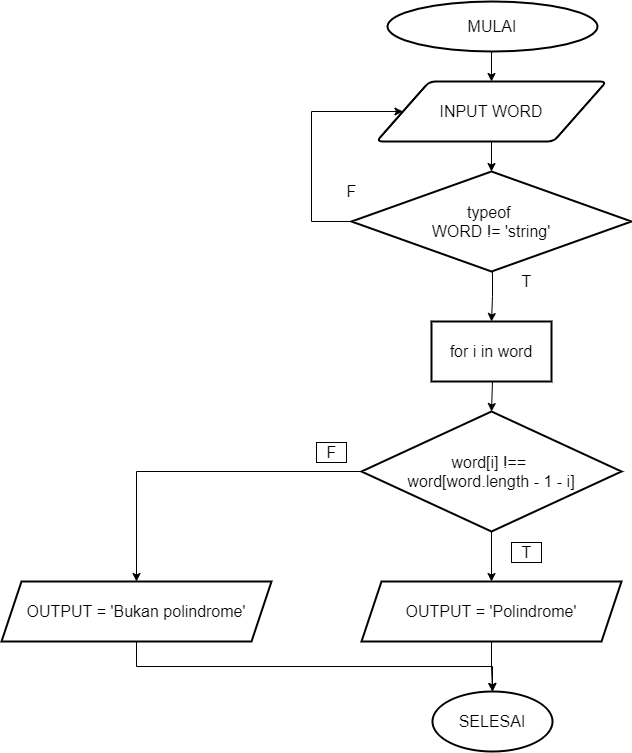
This is Flowchart-2-polindrome.png from dindachyfr/algorithm-flowchart, a draw.io export, as it was before one commit. Source tidied: cells renumbered, new cells last; positions are measured from the earlier drawing's top-left corner, leaving out a move shared by most shapes.
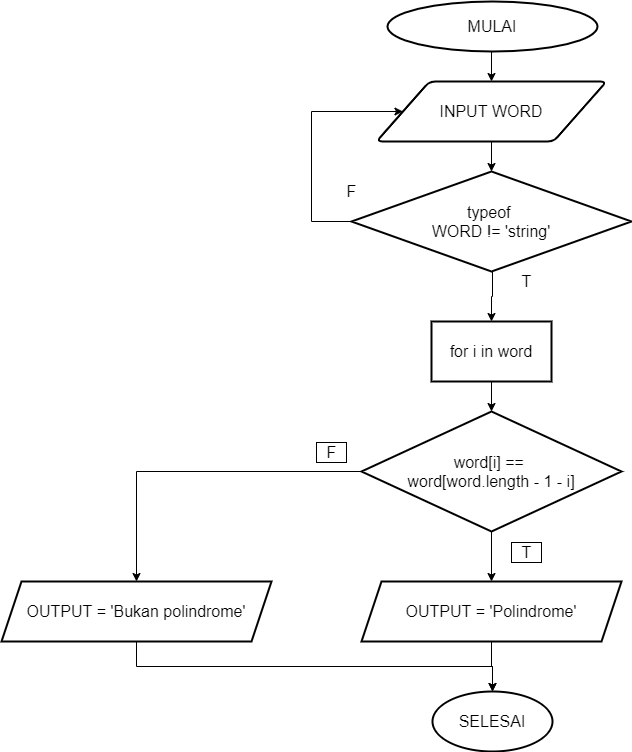
Later version of the same file.

What changed in the source:
```diff
@@ -36,7 +36,7 @@
     <mxCell id="9" style="edgeStyle=orthogonalEdgeStyle;rounded=0;jettySize=auto;html=1;labelBackgroundColor=default;fontSize=16;fontColor=default;strokeColor=default;" parent="1" edge="1" source="10" target="16">
       <mxGeometry relative="1" as="geometry" />
     </mxCell>
-    <mxCell id="10" value="word[i] !== &lt;br&gt;word[word.length - 1 - i]" style="rhombus;whiteSpace=wrap;html=1;fontSize=16;strokeWidth=2;labelBackgroundColor=default;fillColor=default;strokeColor=default;fontColor=default;" parent="1" vertex="1">
+    <mxCell id="10" value="word[i] == &lt;br&gt;word[word.length - 1 - i]" style="rhombus;whiteSpace=wrap;html=1;fontSize=16;strokeWidth=2;labelBackgroundColor=default;fillColor=default;strokeColor=default;fontColor=default;" parent="1" vertex="1">
       <mxGeometry x="360" y="410" width="260" height="120" as="geometry" />
     </mxCell>
     <mxCell id="11" style="edgeStyle=orthogonalEdgeStyle;rounded=0;jettySize=auto;html=1;exitX=0.5;exitY=1;exitDx=0;exitDy=0;entryX=0.5;entryY=0;entryDx=0;entryDy=0;labelBackgroundColor=default;fontSize=16;fontColor=default;strokeColor=default;" parent="1" edge="1" source="12">
```
